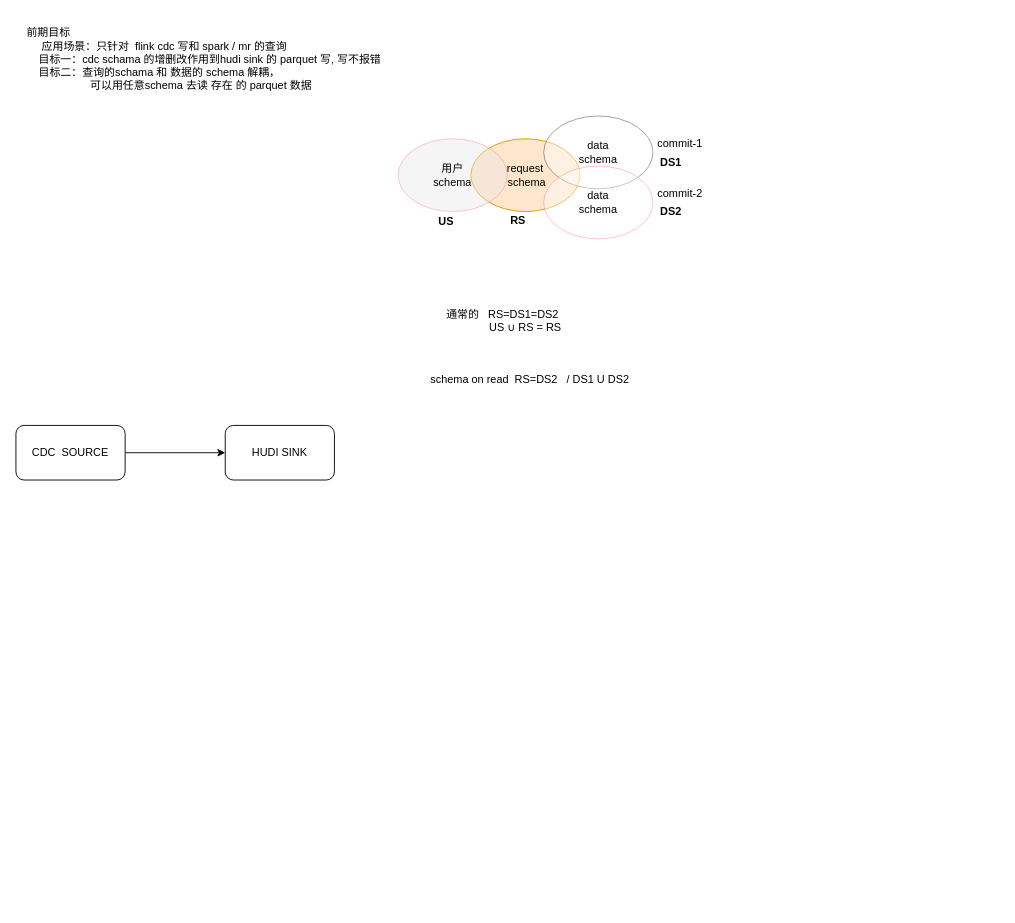
Above: page "hudi schema on read" (3 of 3) of 未命名绘图.drawio in loukey-lj/WX (draw.io), before the change. Source tidied: cells renumbered, new cells numbered last; positions are measured from the earlier drawing's top-left corner, leaving out a move shared by most shapes. Both pictures are drawn from the tidied source at 91%, with x=0, y=0 at pixel (15, 15).
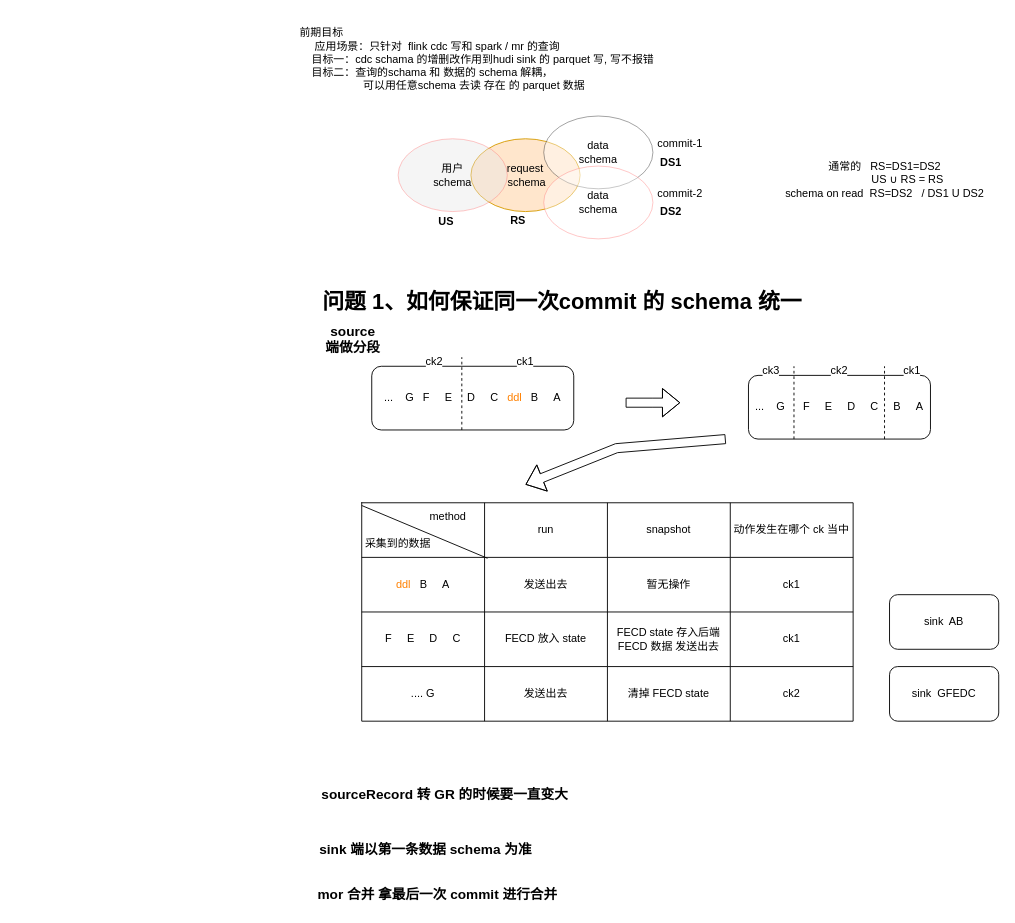
The same page after the edit.

Commit message:
更新未命名绘图.drawio

The edit, as a diff of the source:
```diff
@@
     <mxCell id="2" value="前期目标&lt;br&gt;&amp;nbsp; &amp;nbsp; &amp;nbsp;应用场景：只针对&amp;nbsp; flink cdc 写和 spark / mr 的查询&lt;br&gt;&amp;nbsp; &amp;nbsp; 目标一：cdc schama 的增删改作用到hudi sink 的 parquet 写, 写不报错&lt;br&gt;&amp;nbsp; &amp;nbsp; 目标二：查询的schama 和 数据的 schema 解耦，&lt;br&gt;&amp;nbsp; &amp;nbsp; &amp;nbsp; &amp;nbsp; &amp;nbsp; &amp;nbsp; &amp;nbsp; &amp;nbsp; &amp;nbsp; &amp;nbsp; &amp;nbsp;可以用任意schema 去读 存在 的 parquet 数据&lt;br&gt;&amp;nbsp; &amp;nbsp;&amp;nbsp;" style="text;html=1;strokeColor=none;fillColor=none;align=left;verticalAlign=middle;whiteSpace=wrap;rounded=0;" parent="1" vertex="1">
-      <mxGeometry x="10" width="420" height="110" as="geometry" />
+      <mxGeometry x="310" width="420" height="110" as="geometry" />
     </mxCell>
@@
-    <mxCell id="13" value="通常的&amp;nbsp; &amp;nbsp;RS=DS1=DS2&lt;br&gt;&amp;nbsp; &amp;nbsp; &amp;nbsp; &amp;nbsp; &amp;nbsp; &amp;nbsp; &amp;nbsp; &amp;nbsp;US ∪ RS = RS" style="text;html=1;strokeColor=none;fillColor=none;align=center;verticalAlign=middle;whiteSpace=wrap;rounded=0;" parent="1" vertex="1">
-      <mxGeometry x="420" y="310" width="230" height="50" as="geometry" />
+    <mxCell id="13" value="通常的&amp;nbsp; &amp;nbsp;RS=DS1=DS2&lt;br&gt;&amp;nbsp; &amp;nbsp; &amp;nbsp; &amp;nbsp; &amp;nbsp; &amp;nbsp; &amp;nbsp; &amp;nbsp;US ∪ RS = RS&lt;br&gt;&lt;span style=&quot;text-align: left;&quot;&gt;schema on read&amp;nbsp; RS=DS2&amp;nbsp; &amp;nbsp;/ DS1 U DS2&lt;/span&gt;" style="text;html=1;strokeColor=none;fillColor=none;align=center;verticalAlign=middle;whiteSpace=wrap;rounded=0;" parent="1" vertex="1">
+      <mxGeometry x="840" y="155" width="230" height="50" as="geometry" />
     </mxCell>
-    <mxCell id="14" value="&lt;div style=&quot;text-align: left;&quot;&gt;&lt;span style=&quot;background-color: initial;&quot;&gt;schema on read&amp;nbsp; RS=DS2&amp;nbsp; &amp;nbsp;/ DS1 U DS2&lt;/span&gt;&lt;/div&gt;" style="text;html=1;strokeColor=none;fillColor=none;align=center;verticalAlign=middle;whiteSpace=wrap;rounded=0;" parent="1" vertex="1">
-      <mxGeometry x="430" y="370" width="270" height="60" as="geometry" />
-    </mxCell>
-    <mxCell id="15" style="edgeStyle=orthogonalEdgeStyle;rounded=0;jettySize=auto;html=1;exitX=1;exitY=0.5;exitDx=0;exitDy=0;entryX=0;entryY=0.5;entryDx=0;entryDy=0;" parent="1" edge="1" source="16" target="17">
-      <mxGeometry relative="1" as="geometry" />
-    </mxCell>
-    <mxCell id="16" value="CDC&amp;nbsp; SOURCE" style="rounded=1;whiteSpace=wrap;html=1;" parent="1" vertex="1">
-      <mxGeometry y="450" width="120" height="60" as="geometry" />
-    </mxCell>
-    <mxCell id="17" value="HUDI SINK" style="rounded=1;whiteSpace=wrap;html=1;" parent="1" vertex="1">
-      <mxGeometry x="230" y="450" width="120" height="60" as="geometry" />
-    </mxCell>
+    <mxCell id="18" style="shape=flexArrow;endArrow=classic;html=1;rounded=0;fontColor=#000000;" parent="1" edge="1">
+      <mxGeometry relative="1" as="geometry">
+        <mxPoint x="670" y="425" as="sourcePoint" />
+        <mxPoint x="730" y="425" as="targetPoint" />
+        <Array as="points">
+          <mxPoint x="700" y="425" />
+        </Array>
+      </mxGeometry>
+    </mxCell>
+    <mxCell id="19" style="shape=flexArrow;endArrow=classic;html=1;rounded=0;fontColor=#000000;" parent="1" edge="1">
+      <mxGeometry relative="1" as="geometry">
+        <mxPoint x="780" y="465" as="sourcePoint" />
+        <mxPoint x="560" y="515" as="targetPoint" />
+        <Array as="points">
+          <mxPoint x="660" y="475" />
+        </Array>
+      </mxGeometry>
+    </mxCell>
+    <mxCell id="20" value="...&amp;nbsp; &amp;nbsp; G&amp;nbsp; &amp;nbsp; &amp;nbsp; F&amp;nbsp; &amp;nbsp; &amp;nbsp;E&amp;nbsp; &amp;nbsp; &amp;nbsp;D&amp;nbsp; &amp;nbsp; &amp;nbsp;C&amp;nbsp; &amp;nbsp; &amp;nbsp;B&amp;nbsp; &amp;nbsp; &amp;nbsp;A" style="rounded=1;whiteSpace=wrap;html=1;labelBackgroundColor=#FFFFFF;fontColor=#000000;" parent="1" vertex="1">
+      <mxGeometry x="805" y="395" width="200" height="70" as="geometry" />
+    </mxCell>
+    <mxCell id="21" style="endArrow=none;dashed=1;html=1;rounded=0;fontColor=#000000;labelBackgroundColor=none;" parent="1" edge="1">
+      <mxGeometry relative="1" as="geometry">
+        <mxPoint x="954.5" y="465" as="sourcePoint" />
+        <mxPoint x="954.5" y="385" as="targetPoint" />
+      </mxGeometry>
+    </mxCell>
+    <mxCell id="22" style="endArrow=none;dashed=1;html=1;rounded=0;fontColor=#000000;labelBackgroundColor=none;" parent="1" edge="1">
+      <mxGeometry relative="1" as="geometry">
+        <mxPoint x="855" y="465" as="sourcePoint" />
+        <mxPoint x="855" y="385" as="targetPoint" />
+      </mxGeometry>
+    </mxCell>
+    <mxCell id="23" value="ck1" style="text;html=1;strokeColor=none;fillColor=none;align=center;verticalAlign=middle;whiteSpace=wrap;rounded=0;labelBackgroundColor=#FFFFFF;fontColor=#000000;" parent="1" vertex="1">
+      <mxGeometry x="955" y="375" width="60" height="30" as="geometry" />
+    </mxCell>
+    <mxCell id="24" value="ck2" style="text;html=1;strokeColor=none;fillColor=none;align=center;verticalAlign=middle;whiteSpace=wrap;rounded=0;labelBackgroundColor=#FFFFFF;fontColor=#000000;" parent="1" vertex="1">
+      <mxGeometry x="875" y="375" width="60" height="30" as="geometry" />
+    </mxCell>
+    <mxCell id="25" value="ck3" style="text;html=1;strokeColor=none;fillColor=none;align=center;verticalAlign=middle;whiteSpace=wrap;rounded=0;labelBackgroundColor=#FFFFFF;fontColor=#000000;" parent="1" vertex="1">
+      <mxGeometry x="800" y="375" width="60" height="30" as="geometry" />
+    </mxCell>
+    <mxCell id="26" value="...&amp;nbsp; &amp;nbsp; G&amp;nbsp; &amp;nbsp;F&amp;nbsp; &amp;nbsp; &amp;nbsp;E&amp;nbsp; &amp;nbsp; &amp;nbsp;D&amp;nbsp; &amp;nbsp; &amp;nbsp;C&amp;nbsp; &amp;nbsp;&lt;font color=&quot;#ff8000&quot;&gt;ddl&lt;/font&gt;&amp;nbsp; &amp;nbsp;B&amp;nbsp; &amp;nbsp; &amp;nbsp;A" style="rounded=1;whiteSpace=wrap;html=1;labelBackgroundColor=#FFFFFF;fontColor=#000000;" parent="1" vertex="1">
+      <mxGeometry x="391" y="385" width="222" height="70" as="geometry" />
+    </mxCell>
+    <mxCell id="27" style="endArrow=none;dashed=1;html=1;rounded=0;fontColor=#000000;labelBackgroundColor=none;" parent="1" edge="1">
+      <mxGeometry relative="1" as="geometry">
+        <mxPoint x="490" y="455" as="sourcePoint" />
+        <mxPoint x="490" y="375" as="targetPoint" />
+      </mxGeometry>
+    </mxCell>
+    <mxCell id="28" value="ck1" style="text;html=1;strokeColor=none;fillColor=none;align=center;verticalAlign=middle;whiteSpace=wrap;rounded=0;labelBackgroundColor=#FFFFFF;fontColor=#000000;" parent="1" vertex="1">
+      <mxGeometry x="530" y="365" width="60" height="30" as="geometry" />
+    </mxCell>
+    <mxCell id="29" value="ck2" style="text;html=1;strokeColor=none;fillColor=none;align=center;verticalAlign=middle;whiteSpace=wrap;rounded=0;labelBackgroundColor=#FFFFFF;fontColor=#000000;" parent="1" vertex="1">
+      <mxGeometry x="430" y="365" width="60" height="30" as="geometry" />
+    </mxCell>
+    <mxCell id="30" style="shape=table;html=1;whiteSpace=wrap;startSize=0;childLayout=tableLayout;labelBackgroundColor=#FFFFFF;fontColor=default;" parent="1" vertex="1">
+      <mxGeometry x="380" y="535" width="540" height="240" as="geometry" />
+    </mxCell>
+    <mxCell id="31" style="shape=tableRow;horizontal=0;startSize=0;swimlaneHead=0;swimlaneBody=0;top=0;left=0;bottom=0;right=0;fillColor=none;points=[[0,0.5],[1,0.5]];portConstraint=eastwest;labelBackgroundColor=#FFFFFF;fontColor=default;" parent="30" vertex="1">
+      <mxGeometry width="540" height="60" as="geometry" />
+    </mxCell>
+    <mxCell id="32" style="shape=partialRectangle;html=1;whiteSpace=wrap;fillColor=none;top=0;left=0;bottom=0;right=0;overflow=hidden;labelBackgroundColor=#FFFFFF;fontColor=default;" parent="31" vertex="1">
+      <mxGeometry width="135" height="60" as="geometry" />
+    </mxCell>
+    <mxCell id="33" value="&lt;font&gt;run&lt;/font&gt;" style="shape=partialRectangle;html=1;whiteSpace=wrap;fillColor=none;top=0;left=0;bottom=0;right=0;overflow=hidden;labelBackgroundColor=#FFFFFF;fontColor=default;" parent="31" vertex="1">
+      <mxGeometry x="135" width="135" height="60" as="geometry" />
+    </mxCell>
+    <mxCell id="34" value="&lt;font&gt;snapshot&lt;/font&gt;" style="shape=partialRectangle;html=1;whiteSpace=wrap;fillColor=none;top=0;left=0;bottom=0;right=0;overflow=hidden;labelBackgroundColor=#FFFFFF;fontColor=default;" parent="31" vertex="1">
+      <mxGeometry x="270" width="135" height="60" as="geometry" />
+    </mxCell>
+    <mxCell id="35" value="动作发生在哪个 ck 当中" style="shape=partialRectangle;html=1;whiteSpace=wrap;fillColor=none;top=0;left=0;bottom=0;right=0;overflow=hidden;labelBackgroundColor=#FFFFFF;fontColor=default;" parent="31" vertex="1">
+      <mxGeometry x="405" width="135" height="60" as="geometry" />
+    </mxCell>
+    <mxCell id="36" style="shape=tableRow;horizontal=0;startSize=0;swimlaneHead=0;swimlaneBody=0;top=0;left=0;bottom=0;right=0;fillColor=none;points=[[0,0.5],[1,0.5]];portConstraint=eastwest;labelBackgroundColor=#FFFFFF;fontColor=default;" parent="30" vertex="1">
+      <mxGeometry y="60" width="540" height="60" as="geometry" />
+    </mxCell>
+    <mxCell id="37" value="&lt;font color=&quot;#ff8000&quot;&gt;ddl&lt;/font&gt;&amp;nbsp; &amp;nbsp;B&amp;nbsp; &amp;nbsp; &amp;nbsp;A" style="shape=partialRectangle;html=1;whiteSpace=wrap;fillColor=none;top=0;left=0;bottom=0;right=0;overflow=hidden;labelBackgroundColor=#FFFFFF;fontColor=default;" parent="36" vertex="1">
+      <mxGeometry width="135" height="60" as="geometry" />
+    </mxCell>
+    <mxCell id="38" value="发送出去" style="shape=partialRectangle;html=1;whiteSpace=wrap;fillColor=none;top=0;left=0;bottom=0;right=0;overflow=hidden;labelBackgroundColor=#FFFFFF;fontColor=default;" parent="36" vertex="1">
+      <mxGeometry x="135" width="135" height="60" as="geometry" />
+    </mxCell>
+    <mxCell id="39" value="暂无操作" style="shape=partialRectangle;html=1;whiteSpace=wrap;fillColor=none;top=0;left=0;bottom=0;right=0;overflow=hidden;labelBackgroundColor=#FFFFFF;fontColor=default;" parent="36" vertex="1">
+      <mxGeometry x="270" width="135" height="60" as="geometry" />
+    </mxCell>
+    <mxCell id="40" value="ck1" style="shape=partialRectangle;html=1;whiteSpace=wrap;fillColor=none;top=0;left=0;bottom=0;right=0;overflow=hidden;labelBackgroundColor=#FFFFFF;fontColor=default;" parent="36" vertex="1">
+      <mxGeometry x="405" width="135" height="60" as="geometry" />
+    </mxCell>
+    <mxCell id="41" style="shape=tableRow;horizontal=0;startSize=0;swimlaneHead=0;swimlaneBody=0;top=0;left=0;bottom=0;right=0;fillColor=none;labelBackgroundColor=#FFFFFF;fontColor=default;" parent="30" vertex="1">
+      <mxGeometry y="120" width="540" height="60" as="geometry" />
+    </mxCell>
+    <mxCell id="42" value="F&amp;nbsp; &amp;nbsp; &amp;nbsp;E&amp;nbsp; &amp;nbsp; &amp;nbsp;D&amp;nbsp; &amp;nbsp; &amp;nbsp;C" style="shape=partialRectangle;html=1;whiteSpace=wrap;fillColor=none;top=0;left=0;bottom=0;right=0;overflow=hidden;labelBackgroundColor=#FFFFFF;fontColor=default;" parent="41" vertex="1">
+      <mxGeometry width="135" height="60" as="geometry" />
+    </mxCell>
+    <mxCell id="43" value="FECD 放入 state" style="shape=partialRectangle;html=1;whiteSpace=wrap;fillColor=none;top=0;left=0;bottom=0;right=0;overflow=hidden;labelBackgroundColor=#FFFFFF;fontColor=default;" parent="41" vertex="1">
+      <mxGeometry x="135" width="135" height="60" as="geometry" />
+    </mxCell>
+    <mxCell id="44" value="FECD state 存入后端&lt;br&gt;FECD 数据 发送出去" style="shape=partialRectangle;html=1;whiteSpace=wrap;fillColor=none;top=0;left=0;bottom=0;right=0;overflow=hidden;labelBackgroundColor=#FFFFFF;fontColor=default;" parent="41" vertex="1">
+      <mxGeometry x="270" width="135" height="60" as="geometry" />
+    </mxCell>
+    <mxCell id="45" value="ck1" style="shape=partialRectangle;html=1;whiteSpace=wrap;fillColor=none;top=0;left=0;bottom=0;right=0;overflow=hidden;labelBackgroundColor=#FFFFFF;fontColor=default;" parent="41" vertex="1">
+      <mxGeometry x="405" width="135" height="60" as="geometry" />
+    </mxCell>
+    <mxCell id="46" style="shape=tableRow;horizontal=0;startSize=0;swimlaneHead=0;swimlaneBody=0;top=0;left=0;bottom=0;right=0;fillColor=none;labelBackgroundColor=#FFFFFF;fontColor=default;" parent="30" vertex="1">
+      <mxGeometry y="180" width="540" height="60" as="geometry" />
+    </mxCell>
+    <mxCell id="47" value=".... G" style="shape=partialRectangle;html=1;whiteSpace=wrap;fillColor=none;top=0;left=0;bottom=0;right=0;overflow=hidden;labelBackgroundColor=#FFFFFF;fontColor=default;" parent="46" vertex="1">
+      <mxGeometry width="135" height="60" as="geometry" />
+    </mxCell>
+    <mxCell id="48" value="发送出去" style="shape=partialRectangle;html=1;whiteSpace=wrap;fillColor=none;top=0;left=0;bottom=0;right=0;overflow=hidden;labelBackgroundColor=#FFFFFF;fontColor=default;" parent="46" vertex="1">
+      <mxGeometry x="135" width="135" height="60" as="geometry" />
+    </mxCell>
+    <mxCell id="49" value="清掉 FECD state" style="shape=partialRectangle;html=1;whiteSpace=wrap;fillColor=none;top=0;left=0;bottom=0;right=0;overflow=hidden;labelBackgroundColor=#FFFFFF;fontColor=default;" parent="46" vertex="1">
+      <mxGeometry x="270" width="135" height="60" as="geometry" />
+    </mxCell>
+    <mxCell id="50" value="ck2" style="shape=partialRectangle;html=1;whiteSpace=wrap;fillColor=none;top=0;left=0;bottom=0;right=0;overflow=hidden;labelBackgroundColor=#FFFFFF;fontColor=default;" parent="46" vertex="1">
+      <mxGeometry x="405" width="135" height="60" as="geometry" />
+    </mxCell>
+    <mxCell id="51" style="endArrow=none;html=1;rounded=0;labelBackgroundColor=none;fontColor=default;exitX=0;exitY=0.05;exitDx=0;exitDy=0;exitPerimeter=0;entryX=0.256;entryY=0.017;entryDx=0;entryDy=0;entryPerimeter=0;" parent="30" edge="1" source="31" target="36">
+      <mxGeometry relative="1" as="geometry" />
+    </mxCell>
+    <mxCell id="52" value="采集到的数据" style="text;html=1;strokeColor=none;fillColor=none;align=center;verticalAlign=middle;whiteSpace=wrap;rounded=0;labelBackgroundColor=#FFFFFF;fontColor=default;" parent="1" vertex="1">
+      <mxGeometry x="380" y="565" width="80" height="30" as="geometry" />
+    </mxCell>
+    <mxCell id="53" value="method" style="text;html=1;strokeColor=none;fillColor=none;align=center;verticalAlign=middle;whiteSpace=wrap;rounded=0;labelBackgroundColor=#FFFFFF;fontColor=default;" parent="1" vertex="1">
+      <mxGeometry x="445" y="535" width="60" height="30" as="geometry" />
+    </mxCell>
+    <mxCell id="54" value="sink&amp;nbsp; AB" style="rounded=1;whiteSpace=wrap;html=1;labelBackgroundColor=#FFFFFF;fontColor=default;" parent="1" vertex="1">
+      <mxGeometry x="960" y="636" width="120" height="60" as="geometry" />
+    </mxCell>
+    <mxCell id="55" value="sink&amp;nbsp; GFEDC" style="rounded=1;whiteSpace=wrap;html=1;labelBackgroundColor=#FFFFFF;fontColor=default;" parent="1" vertex="1">
+      <mxGeometry x="960" y="715" width="120" height="60" as="geometry" />
+    </mxCell>
+    <mxCell id="56" value="问题 1、如何保证同一次commit 的 schema 统一" style="text;strokeColor=none;fillColor=none;html=1;fontSize=24;fontStyle=1;verticalAlign=middle;align=center;labelBackgroundColor=#FFFFFF;fontColor=default;" parent="1" vertex="1">
+      <mxGeometry x="340" y="285" width="520" height="60" as="geometry" />
+    </mxCell>
+    <mxCell id="57" value="source &lt;br style=&quot;font-size: 15px;&quot;&gt;端做分段" style="text;strokeColor=none;fillColor=none;html=1;fontSize=15;fontStyle=1;verticalAlign=middle;align=center;labelBackgroundColor=#FFFFFF;fontColor=default;" parent="1" vertex="1">
+      <mxGeometry x="320" y="335" width="100" height="40" as="geometry" />
+    </mxCell>
+    <mxCell id="58" value="sink 端以第一条数据 schema 为准&lt;br&gt;" style="text;strokeColor=none;fillColor=none;html=1;fontSize=15;fontStyle=1;verticalAlign=middle;align=center;labelBackgroundColor=#FFFFFF;fontColor=default;" parent="1" vertex="1">
+      <mxGeometry x="320" y="895" width="260" height="40" as="geometry" />
+    </mxCell>
+    <mxCell id="59" value="&lt;span style=&quot;font-weight: 700; background-color: rgb(255, 255, 255);&quot;&gt;mor 合并 拿最后一次 commit 进行合并&lt;/span&gt;" style="text;html=1;align=center;verticalAlign=middle;strokeColor=none;fillColor=none;fontSize=15;fontColor=default;" parent="1" vertex="1">
+      <mxGeometry x="323" y="950" width="280" height="30" as="geometry" />
+    </mxCell>
+    <mxCell id="60" value="sourceRecord 转 GR 的时候要一直变大" style="text;strokeColor=none;fillColor=none;html=1;fontSize=15;fontStyle=1;verticalAlign=middle;align=center;labelBackgroundColor=#FFFFFF;fontColor=default;" parent="1" vertex="1">
+      <mxGeometry x="322" y="835" width="298" height="40" as="geometry" />
+    </mxCell>
```
